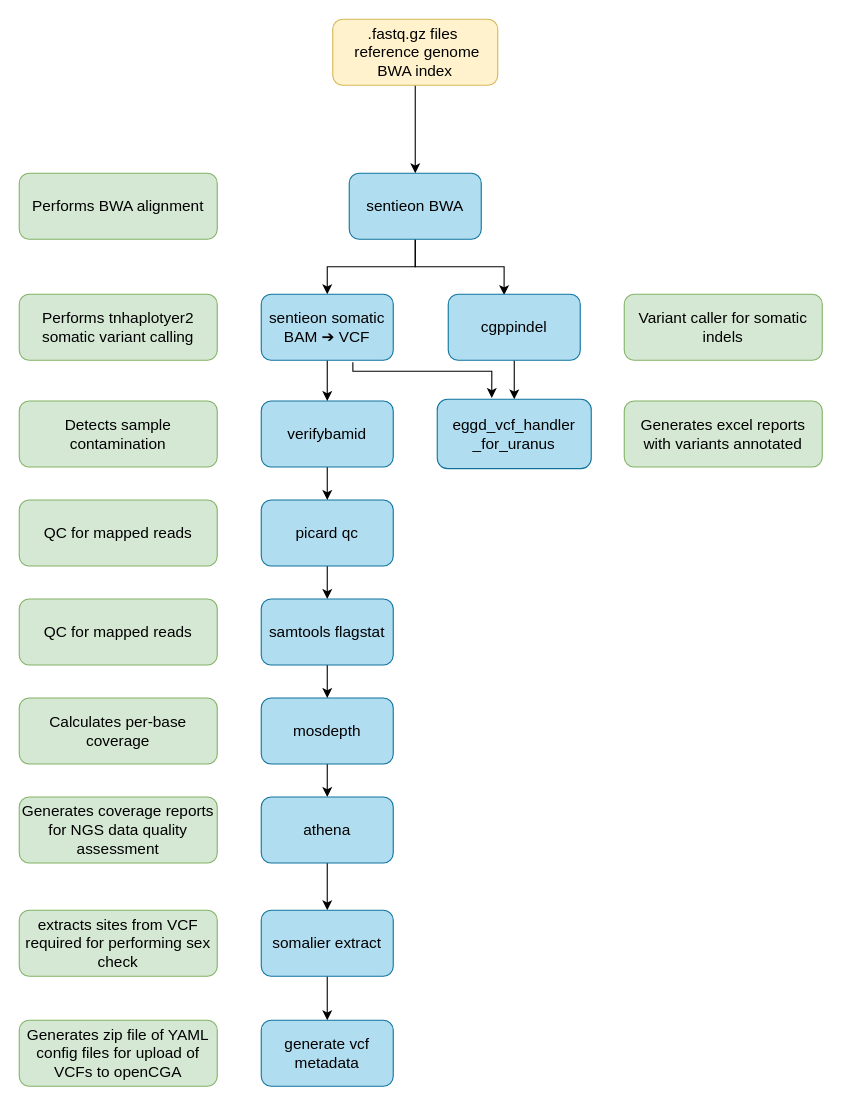
The draw.io diagram images/workflow.drawio in eastgenomics/eggd_uranus_main_workflow, before the edit. Source tidied: cells renumbered, new cells numbered last; positions are measured from the earlier drawing's top-left corner, leaving out a move shared by most shapes. Both pictures are drawn from the tidied source at 110%, with x=0, y=0 at pixel (19, 19).
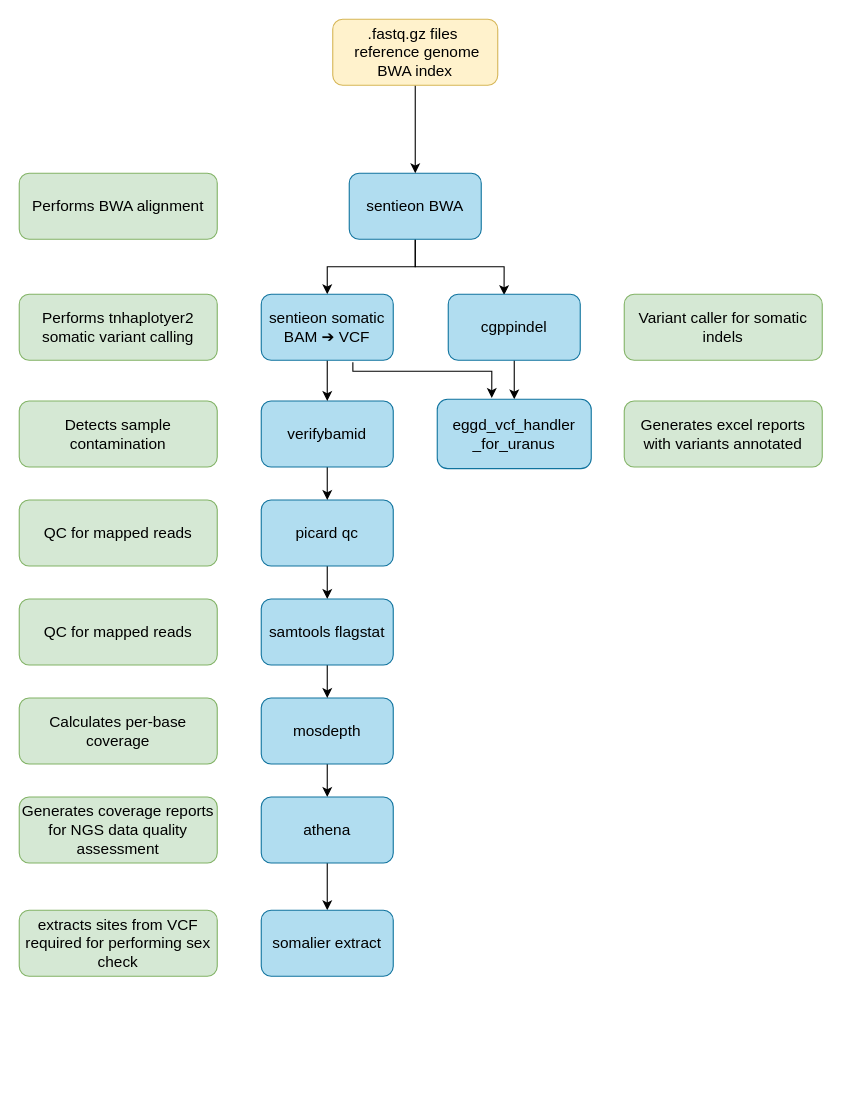
Above is the later version.

Commit message (it also covers changes not shown here):
update readme and workflow diagram

Unchanged cells that the change refers to:
```xml
<mxCell id="35" value="&lt;font color=&quot;#000000&quot; style=&quot;font-size: 14px&quot;&gt;somalier extract&lt;/font&gt;" style="rounded=1;whiteSpace=wrap;html=1;fillColor=#b1ddf0;strokeColor=#10739e;fontSize=14;" parent="1" vertex="1">
  <mxGeometry x="220" y="810" width="120" height="60" as="geometry" />
</mxCell>
```

The edit, as a diff of the source:
```diff
@@
-    <mxCell id="32" value="&lt;font color=&quot;#000000&quot; style=&quot;font-size: 14px&quot;&gt;generate vcf metadata&lt;/font&gt;" style="rounded=1;whiteSpace=wrap;html=1;fillColor=#b1ddf0;strokeColor=#10739e;fontSize=14;" parent="1" vertex="1">
-      <mxGeometry x="220" y="910" width="120" height="60" as="geometry" />
-    </mxCell>
-    <mxCell id="33" value="&lt;font color=&quot;#000000&quot; style=&quot;font-size: 14px&quot;&gt;Generates zip file of YAML config files for upload of VCFs to openCGA&lt;/font&gt;" style="rounded=1;whiteSpace=wrap;html=1;fillColor=#d5e8d4;strokeColor=#82b366;fontSize=14;" parent="1" vertex="1">
-      <mxGeometry y="910" width="180" height="60" as="geometry" />
-    </mxCell>
-    <mxCell id="34" style="edgeStyle=none;html=1;" parent="1" edge="1" source="35" target="32">
-      <mxGeometry relative="1" as="geometry" />
-    </mxCell>
```
